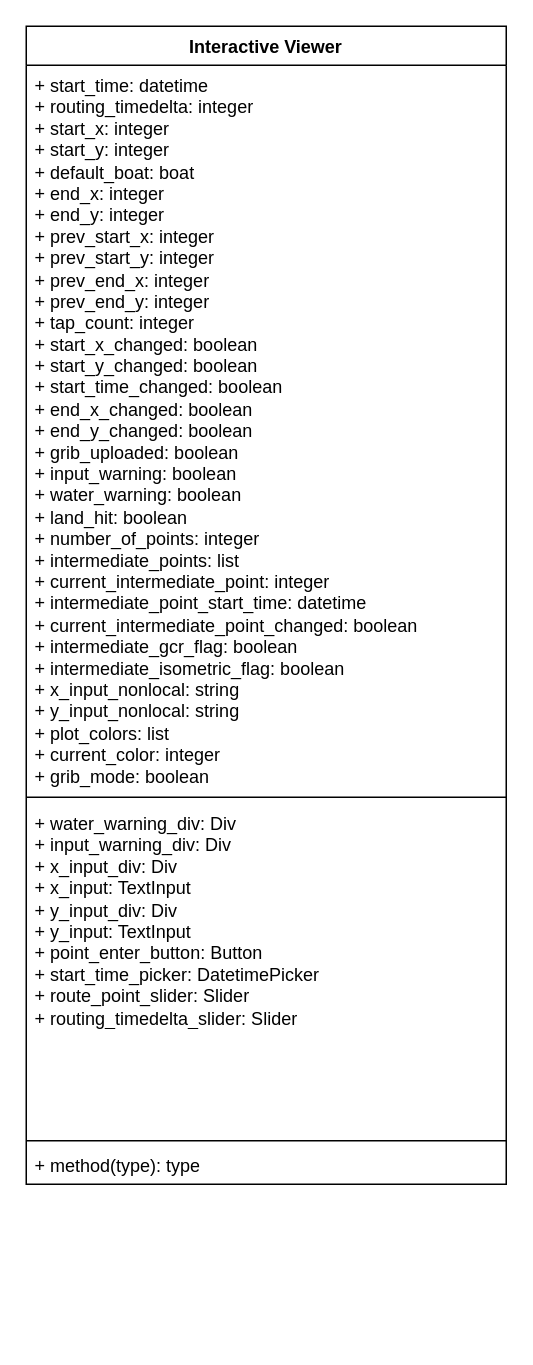
Earlier version of the draw.io diagram Diagrams/Interactive_Viewer_diagram.drawio (vandorena/NEA). Source tidied: cells renumbered, new cells numbered last; positions are measured from the earlier drawing's top-left corner, leaving out a move shared by most shapes. Both pictures are drawn from the tidied source at 150%, with x=0, y=0 at pixel (26, 26).
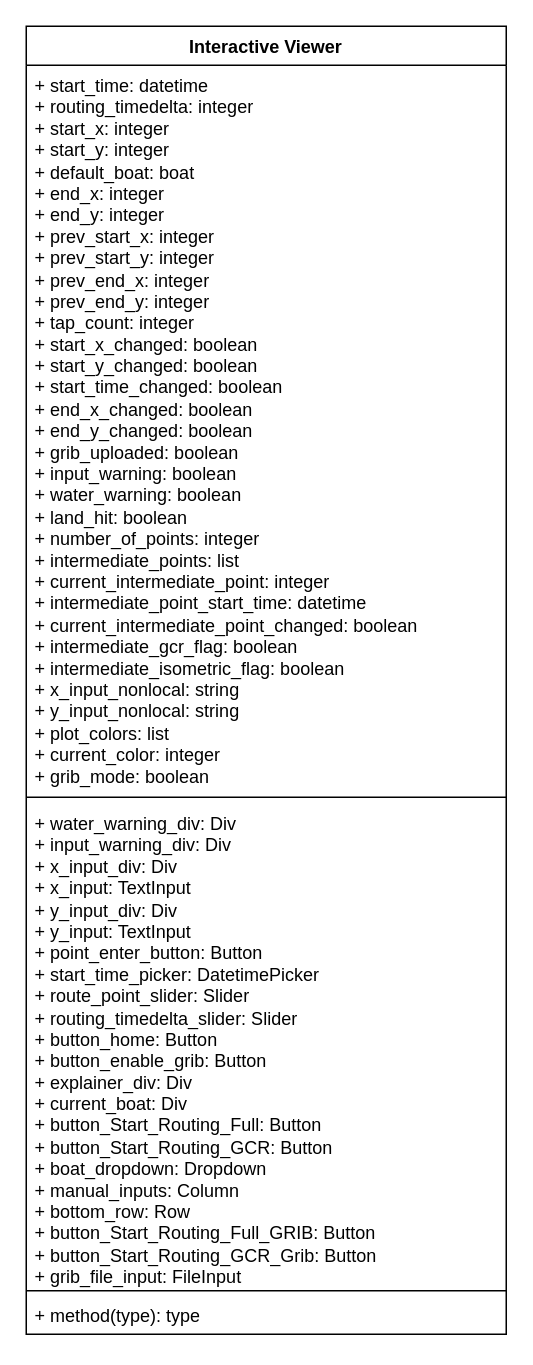
The same diagram, later.

The edit, as a diff of the source:
```diff
@@
 <mxGraphModel>
   <root>
     <mxCell id="0" />
     <mxCell id="1" parent="0" />
     <mxCell id="2" value="Interactive Viewer" style="swimlane;fontStyle=1;align=center;verticalAlign=top;horizontal=1;startSize=26;whiteSpace=wrap;html=1;" parent="1" vertex="1">
-      <mxGeometry width="320" height="772" as="geometry" />
+      <mxGeometry width="320" height="872" as="geometry" />
     </mxCell>
     <mxCell id="3" value="+ start_time: datetime&lt;div&gt;+ routing_timedelta: integer&lt;/div&gt;&lt;div&gt;+ start_x: integer&lt;/div&gt;&lt;div&gt;+ start_y: integer&lt;/div&gt;&lt;div&gt;+ default_boat: boat&lt;/div&gt;&lt;div&gt;+ end_x: integer&lt;/div&gt;&lt;div&gt;+ end_y: integer&lt;/div&gt;&lt;div&gt;+ prev_start_x: integer&lt;/div&gt;&lt;div&gt;+ prev_start_y: integer&lt;/div&gt;&lt;div&gt;+ prev_end_x: integer&lt;/div&gt;&lt;div&gt;+ prev_end_y: integer&lt;/div&gt;&lt;div&gt;+ tap_count: integer&lt;/div&gt;&lt;div&gt;+ start_x_changed: boolean&lt;/div&gt;&lt;div&gt;+ start_y_changed: boolean&lt;/div&gt;&lt;div&gt;+ start_time_changed: boolean&lt;/div&gt;&lt;div&gt;+ end_x_changed: boolean&lt;/div&gt;&lt;div&gt;+ end_y_changed: boolean&lt;/div&gt;&lt;div&gt;+ grib_uploaded: boolean&lt;/div&gt;&lt;div&gt;+ input_warning: boolean&lt;/div&gt;&lt;div&gt;+ water_warning: boolean&lt;/div&gt;&lt;div&gt;+ land_hit: boolean&lt;/div&gt;&lt;div&gt;+ number_of_points: integer&lt;/div&gt;&lt;div&gt;+ intermediate_points: list&lt;/div&gt;&lt;div&gt;+ current_intermediate_point: integer&lt;/div&gt;&lt;div&gt;+ intermediate_point_start_time: datetime&lt;/div&gt;&lt;div&gt;+ current_intermediate_point_changed: boolean&lt;/div&gt;&lt;div&gt;+ intermediate_gcr_flag: boolean&lt;/div&gt;&lt;div&gt;+ intermediate_isometric_flag: boolean&lt;/div&gt;&lt;div&gt;+ x_input_nonlocal: string&lt;/div&gt;&lt;div&gt;+ y_input_nonlocal: string&lt;/div&gt;&lt;div&gt;+ plot_colors: list&lt;/div&gt;&lt;div&gt;+ current_color: integer&lt;/div&gt;&lt;div&gt;+ grib_mode: boolean&lt;/div&gt;&lt;div&gt;&lt;br&gt;&lt;/div&gt;&lt;div&gt;&lt;br&gt;&lt;/div&gt;&lt;div&gt;&lt;br&gt;&lt;/div&gt;&lt;div&gt;&lt;br&gt;&lt;/div&gt;" style="text;strokeColor=none;fillColor=none;align=left;verticalAlign=top;spacingLeft=4;spacingRight=4;overflow=hidden;whiteSpace=wrap;html=1;" parent="2" vertex="1">
       <mxGeometry y="26" width="320" height="484" as="geometry" />
     </mxCell>
     <mxCell id="4" style="line;strokeWidth=1;fillColor=none;align=left;verticalAlign=middle;spacingTop=-1;spacingLeft=3;spacingRight=3;labelPosition=right;strokeColor=inherit;" parent="2" vertex="1">
       <mxGeometry y="510" width="320" height="8" as="geometry" />
     </mxCell>
-    <mxCell id="5" value="+ water_warning_div: Div&lt;div&gt;+ input_warning_div: Div&lt;/div&gt;&lt;div&gt;+ x_input_div: Div&lt;/div&gt;&lt;div&gt;+ x_input: TextInput&lt;/div&gt;&lt;div&gt;+ y_input_div: Div&lt;/div&gt;&lt;div&gt;+ y_input: TextInput&lt;/div&gt;&lt;div&gt;+ point_enter_button: Button&lt;/div&gt;&lt;div&gt;+ start_time_picker: DatetimePicker&lt;/div&gt;&lt;div&gt;+ route_point_slider: Slider&lt;/div&gt;&lt;div&gt;+ routing_timedelta_slider: Slider&lt;/div&gt;" style="text;strokeColor=none;fillColor=none;align=left;verticalAlign=top;spacingLeft=4;spacingRight=4;overflow=hidden;whiteSpace=wrap;html=1;" parent="2" vertex="1">
-      <mxGeometry y="518" width="320" height="222" as="geometry" />
+    <mxCell id="5" value="+ water_warning_div: Div&lt;div&gt;+ input_warning_div: Div&lt;/div&gt;&lt;div&gt;+ x_input_div: Div&lt;/div&gt;&lt;div&gt;+ x_input: TextInput&lt;/div&gt;&lt;div&gt;+ y_input_div: Div&lt;/div&gt;&lt;div&gt;+ y_input: TextInput&lt;/div&gt;&lt;div&gt;+ point_enter_button: Button&lt;/div&gt;&lt;div&gt;+ start_time_picker: DatetimePicker&lt;/div&gt;&lt;div&gt;+ route_point_slider: Slider&lt;/div&gt;&lt;div&gt;+ routing_timedelta_slider: Slider&lt;/div&gt;&lt;div&gt;+ button_home: Button&lt;/div&gt;&lt;div&gt;+ button_enable_grib: Button&lt;/div&gt;&lt;div&gt;+ explainer_div: Div&lt;/div&gt;&lt;div&gt;+ current_boat: Div&lt;/div&gt;&lt;div&gt;+ button_Start_Routing_Full: Button&lt;/div&gt;&lt;div&gt;+ button_Start_Routing_GCR: Button&lt;/div&gt;&lt;div&gt;+ boat_dropdown: Dropdown&lt;/div&gt;&lt;div&gt;+ manual_inputs: Column&lt;/div&gt;&lt;div&gt;+ bottom_row: Row&lt;/div&gt;&lt;div&gt;+ button_Start_Routing_Full_GRIB: Button&lt;/div&gt;&lt;div&gt;+ button_Start_Routing_GCR_Grib: Button&lt;/div&gt;&lt;div&gt;+ grib_file_input: FileInput&lt;/div&gt;" style="text;strokeColor=none;fillColor=none;align=left;verticalAlign=top;spacingLeft=4;spacingRight=4;overflow=hidden;whiteSpace=wrap;html=1;" parent="2" vertex="1">
+      <mxGeometry y="518" width="320" height="322" as="geometry" />
     </mxCell>
     <mxCell id="6" style="line;strokeWidth=1;fillColor=none;align=left;verticalAlign=middle;spacingTop=-1;spacingLeft=3;spacingRight=3;labelPosition=right;strokeColor=inherit;" parent="2" vertex="1">
-      <mxGeometry y="740" width="320" height="6" as="geometry" />
+      <mxGeometry y="840" width="320" height="6" as="geometry" />
     </mxCell>
     <mxCell id="7" value="+ method(type): type" style="text;strokeColor=none;fillColor=none;align=left;verticalAlign=top;spacingLeft=4;spacingRight=4;overflow=hidden;whiteSpace=wrap;html=1;" parent="2" vertex="1">
-      <mxGeometry y="746" width="320" height="26" as="geometry" />
+      <mxGeometry y="846" width="320" height="26" as="geometry" />
     </mxCell>
   </root>
 </mxGraphModel>
```
